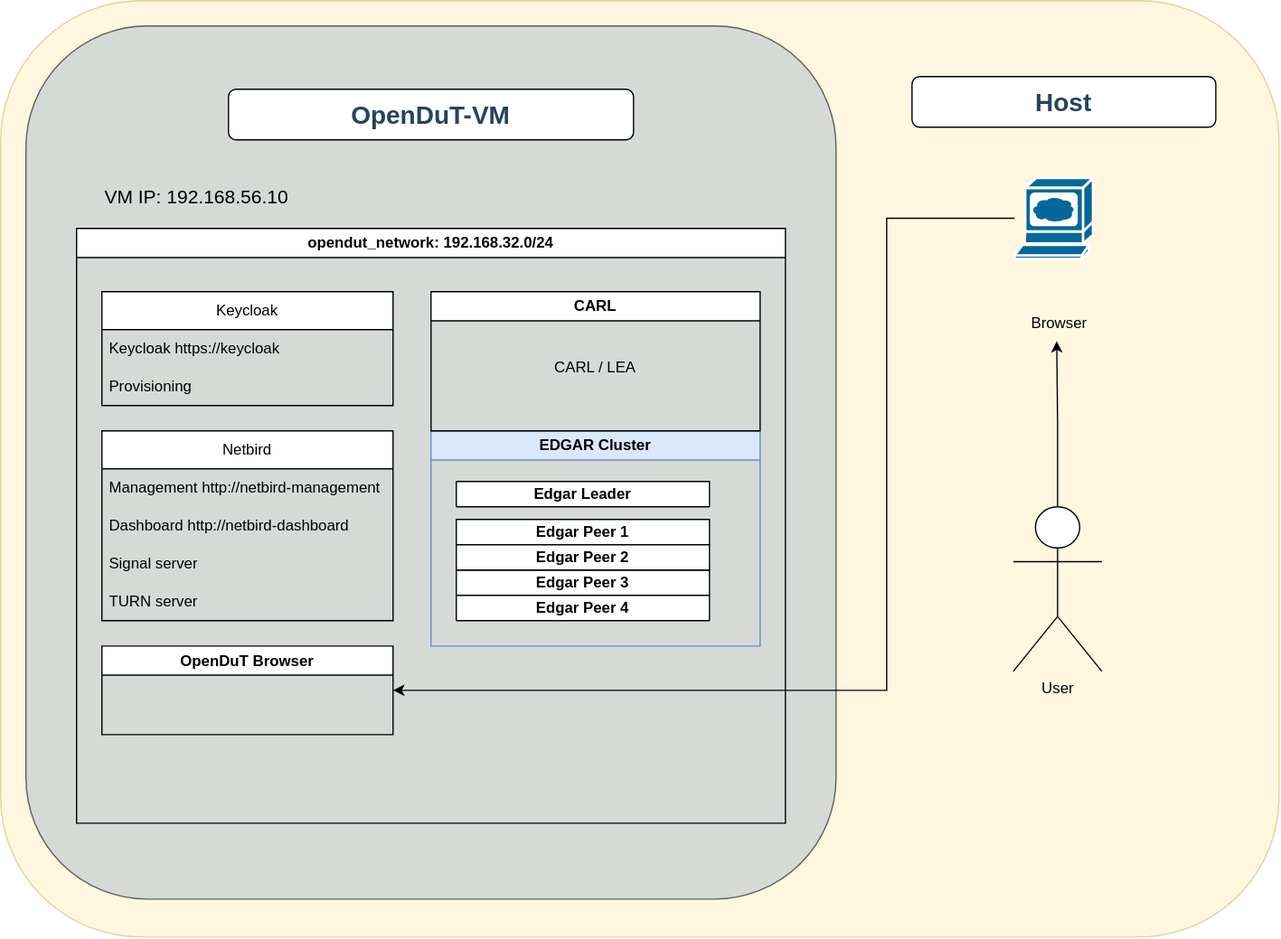
Above: resources/diagrams/opendut-vm-user.drawio.svg in eclipse-opendut/opendut (draw.io), before the change. Source tidied: cells renumbered, new cells last; positions are measured from the earlier drawing's top-left corner, leaving out a move shared by most shapes.
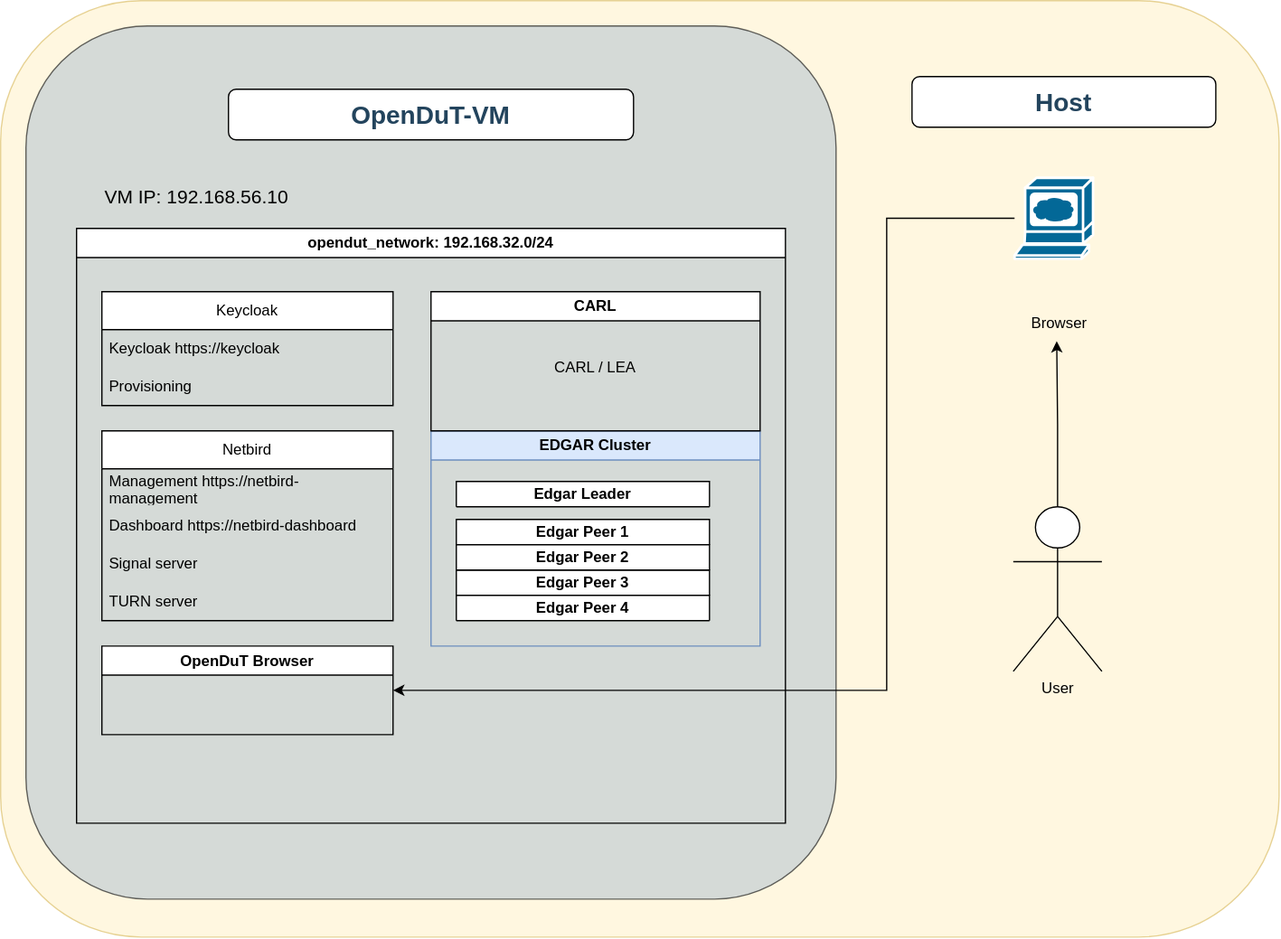
The same file after the commit.

The edit, as a diff of the source:
```diff
@@ -35,10 +35,10 @@
     <mxCell id="12" value="Netbird" style="swimlane;fontStyle=0;horizontal=1;startSize=30;whiteSpace=wrap;html=1;" parent="1" vertex="1">
       <mxGeometry x="80" y="340" width="230" height="150" as="geometry" />
     </mxCell>
-    <mxCell id="13" value="Management http://netbird-management" style="text;strokeColor=none;fillColor=none;align=left;verticalAlign=middle;spacingLeft=4;spacingRight=4;overflow=hidden;whiteSpace=wrap;html=1;" parent="12" vertex="1">
+    <mxCell id="13" value="Management https://netbird-management" style="text;strokeColor=none;fillColor=none;align=left;verticalAlign=middle;spacingLeft=4;spacingRight=4;overflow=hidden;whiteSpace=wrap;html=1;" parent="12" vertex="1">
       <mxGeometry y="30" width="230" height="30" as="geometry" />
     </mxCell>
-    <mxCell id="14" value="Dashboard http://netbird-dashboard" style="text;strokeColor=none;fillColor=none;align=left;verticalAlign=middle;spacingLeft=4;spacingRight=4;overflow=hidden;whiteSpace=wrap;html=1;" parent="12" vertex="1">
+    <mxCell id="14" value="Dashboard https://netbird-dashboard" style="text;strokeColor=none;fillColor=none;align=left;verticalAlign=middle;spacingLeft=4;spacingRight=4;overflow=hidden;whiteSpace=wrap;html=1;" parent="12" vertex="1">
       <mxGeometry y="60" width="230" height="30" as="geometry" />
     </mxCell>
     <mxCell id="15" value="&lt;div&gt;Signal server&lt;/div&gt;" style="text;strokeColor=none;fillColor=none;align=left;verticalAlign=middle;spacingLeft=4;spacingRight=4;overflow=hidden;whiteSpace=wrap;html=1;" parent="12" vertex="1">
```
